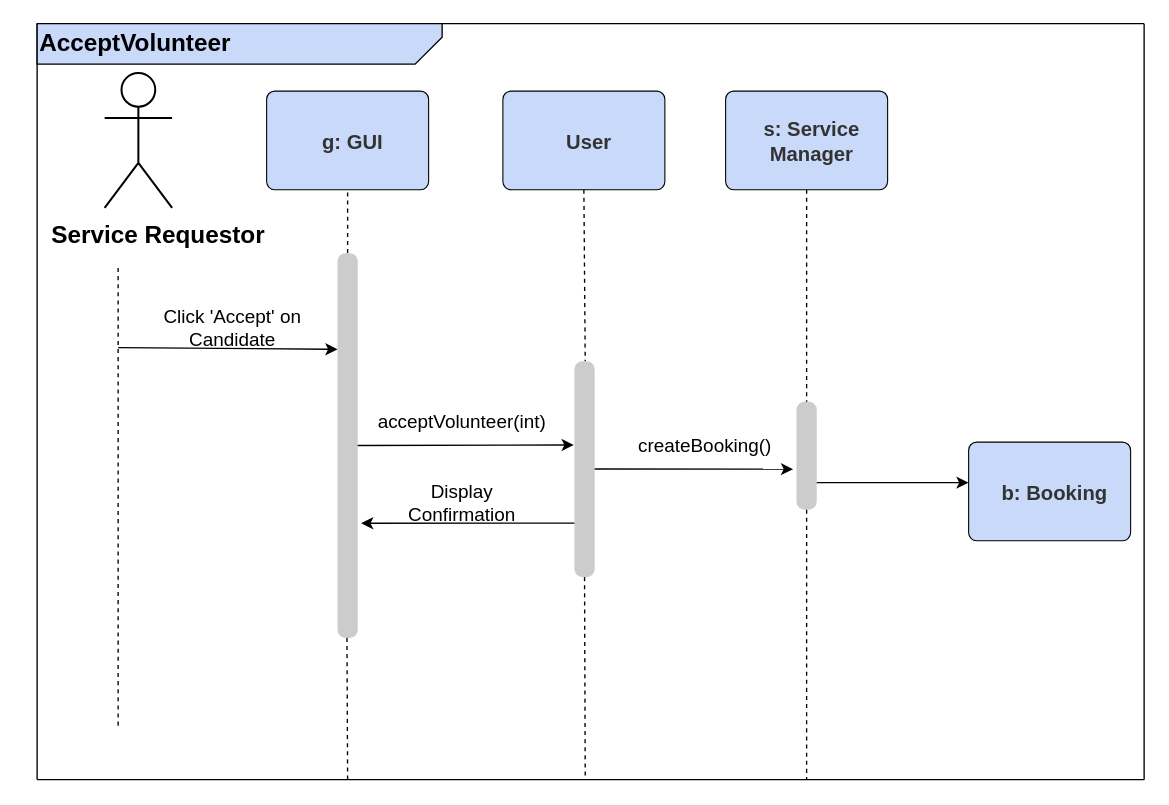
Before: seqdiagram2.drawio in willdonlan8/hello-world, a draw.io diagram. Source tidied: cells renumbered, new cells numbered last; positions are measured from the earlier drawing's top-left corner, leaving out a move shared by most shapes. Both pictures are drawn from the tidied source at 135%, with x=0, y=0 at pixel (23, 23).
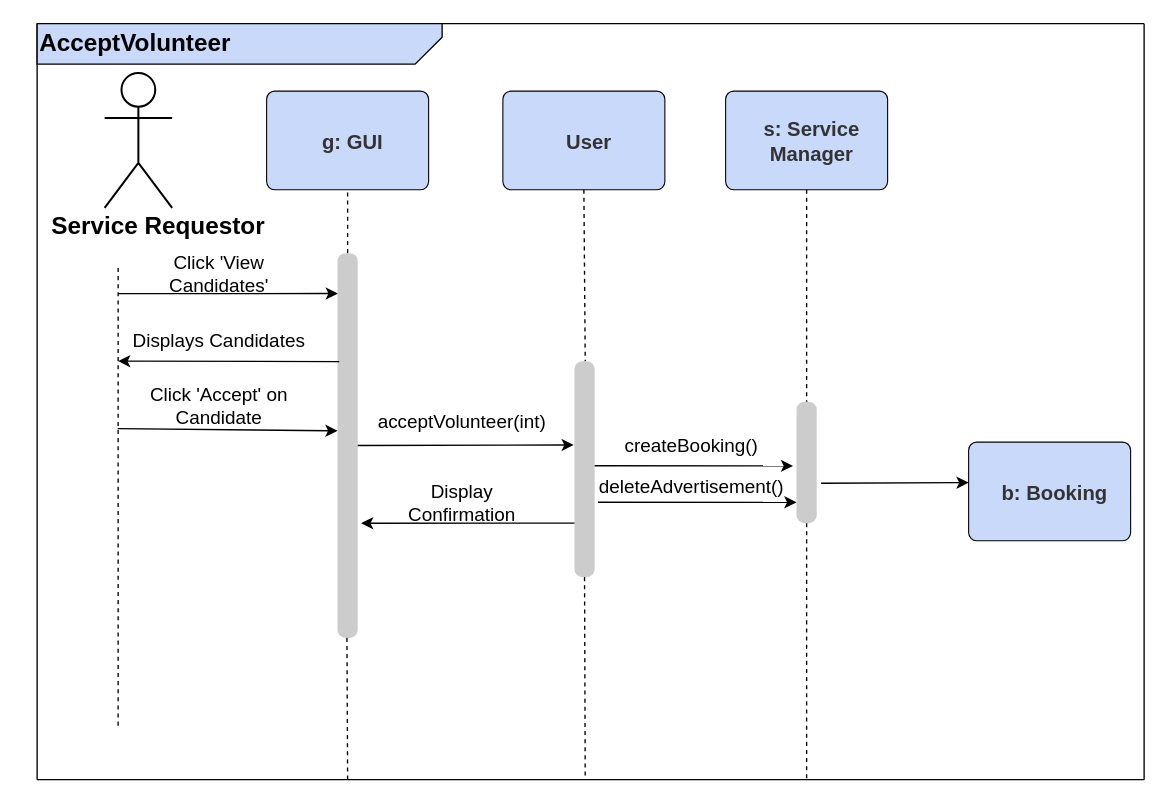
Above is the later version.

The change refers to these unchanged cells:
```xml
<mxCell id="12" style="html=1;overflow=block;blockSpacing=1;whiteSpace=wrap;whiteSpace=wrap;fontSize=13;spacingLeft=8.4;spacing=3.8;strokeOpacity=0;fillOpacity=100;rounded=1;absoluteArcSize=1;arcSize=12;fillColor=#cccccc;strokeWidth=0.8;" parent="1" vertex="1">
  <mxGeometry x="232.5" y="170" width="15" height="285" as="geometry" />
</mxCell>
```

Diff of the diagram source:
```diff
@@
     <mxCell id="8" value="&lt;font style=&quot;font-size: 18px&quot;&gt;&lt;b&gt;Service Requestor&lt;/b&gt;&lt;/font&gt;" style="text;html=1;strokeColor=none;fillColor=none;align=center;verticalAlign=middle;whiteSpace=wrap;rounded=0;shadow=0;" parent="1" vertex="1">
-      <mxGeometry y="136.5" width="200" height="40" as="geometry" />
+      <mxGeometry y="130" width="200" height="40" as="geometry" />
     </mxCell>
@@
-    <mxCell id="14" style="endArrow=classic;html=1;entryX=0;entryY=0.25;entryDx=0;entryDy=0;" parent="1" edge="1" target="12">
+    <mxCell id="14" style="endArrow=classic;html=1;entryX=0.017;entryY=0.105;entryDx=0;entryDy=0;entryPerimeter=0;" parent="1" edge="1" target="12">
       <mxGeometry relative="1" as="geometry">
-        <mxPoint x="70" y="240" as="sourcePoint" />
+        <mxPoint x="70" y="200" as="sourcePoint" />
       </mxGeometry>
     </mxCell>
     <mxCell id="15" value="&lt;font style=&quot;font-size: 14px&quot;&gt;Click 'Accept' on Candidate&lt;/font&gt;" style="text;html=1;strokeColor=none;fillColor=none;align=center;verticalAlign=middle;whiteSpace=wrap;rounded=0;" parent="1" vertex="1">
-      <mxGeometry x="90" y="210" width="130" height="30" as="geometry" />
+      <mxGeometry x="80" y="267.5" width="130" height="30" as="geometry" />
     </mxCell>
@@
     <mxCell id="20" style="html=1;overflow=block;blockSpacing=1;whiteSpace=wrap;whiteSpace=wrap;fontSize=13;spacingLeft=8.4;spacing=3.8;strokeOpacity=0;fillOpacity=100;rounded=1;absoluteArcSize=1;arcSize=12;fillColor=#cccccc;strokeWidth=0.8;" parent="1" vertex="1">
-      <mxGeometry x="572.5" y="280" width="15" height="80" as="geometry" />
+      <mxGeometry x="572.5" y="280" width="15" height="90" as="geometry" />
     </mxCell>
@@
     <mxCell id="22" style="endArrow=classic;html=1;exitX=1;exitY=0.5;exitDx=0;exitDy=0;" parent="1" edge="1">
       <mxGeometry relative="1" as="geometry">
-        <mxPoint x="423" y="329.9" as="sourcePoint" />
-        <mxPoint x="570" y="330" as="targetPoint" />
+        <mxPoint x="423" y="327.5" as="sourcePoint" />
+        <mxPoint x="570" y="327.6" as="targetPoint" />
       </mxGeometry>
     </mxCell>
-    <mxCell id="23" style="endArrow=classic;html=1;exitX=1;exitY=0.75;exitDx=0;exitDy=0;" parent="1" edge="1" source="20">
+    <mxCell id="23" style="endArrow=classic;html=1;exitX=1.217;exitY=0.672;exitDx=0;exitDy=0;exitPerimeter=0;" parent="1" edge="1" source="20">
       <mxGeometry relative="1" as="geometry">
         <mxPoint x="700" y="340" as="targetPoint" />
       </mxGeometry>
     </mxCell>
@@
     <mxCell id="25" value="&lt;font style=&quot;font-size: 14px&quot;&gt;createBooking()&lt;/font&gt;" style="text;html=1;strokeColor=none;fillColor=none;align=center;verticalAlign=middle;whiteSpace=wrap;rounded=0;" parent="1" vertex="1">
-      <mxGeometry x="440" y="297.5" width="130" height="30" as="geometry" />
+      <mxGeometry x="430" y="297.5" width="130" height="30" as="geometry" />
     </mxCell>
@@
-    <mxCell id="30" style="endArrow=none;dashed=1;html=1;exitX=0.5;exitY=1;exitDx=0;exitDy=0;" parent="1" edge="1" source="20">
+    <mxCell id="30" style="endArrow=none;dashed=1;html=1;" parent="1" edge="1">
       <mxGeometry relative="1" as="geometry">
+        <mxPoint x="580" y="370" as="sourcePoint" />
         <mxPoint x="580" y="560" as="targetPoint" />
       </mxGeometry>
     </mxCell>
@@
+    <mxCell id="32" style="endArrow=classic;html=1;exitX=1;exitY=0.5;exitDx=0;exitDy=0;" parent="1" edge="1">
+      <mxGeometry relative="1" as="geometry">
+        <mxPoint x="425.5" y="354.5" as="sourcePoint" />
+        <mxPoint x="572.5" y="354.6" as="targetPoint" />
+      </mxGeometry>
+    </mxCell>
+    <mxCell id="33" value="&lt;font style=&quot;font-size: 14px&quot;&gt;deleteAdvertisement()&lt;/font&gt;" style="text;html=1;strokeColor=none;fillColor=none;align=center;verticalAlign=middle;whiteSpace=wrap;rounded=0;" parent="1" vertex="1">
+      <mxGeometry x="430" y="327.5" width="130" height="30" as="geometry" />
+    </mxCell>
+    <mxCell id="34" style="endArrow=classic;html=1;exitX=0.083;exitY=0.282;exitDx=0;exitDy=0;exitPerimeter=0;" parent="1" edge="1" source="12">
+      <mxGeometry relative="1" as="geometry">
+        <mxPoint x="70" y="250" as="targetPoint" />
+      </mxGeometry>
+    </mxCell>
+    <mxCell id="35" style="endArrow=classic;html=1;entryX=0.017;entryY=0.146;entryDx=0;entryDy=0;entryPerimeter=0;" parent="1" edge="1">
+      <mxGeometry relative="1" as="geometry">
+        <mxPoint x="69.7" y="300" as="sourcePoint" />
+        <mxPoint x="232.5" y="301.6" as="targetPoint" />
+      </mxGeometry>
+    </mxCell>
+    <mxCell id="36" value="&lt;font style=&quot;font-size: 14px&quot;&gt;Click 'View Candidates'&lt;/font&gt;" style="text;html=1;strokeColor=none;fillColor=none;align=center;verticalAlign=middle;whiteSpace=wrap;rounded=0;" parent="1" vertex="1">
+      <mxGeometry x="80" y="170" width="130" height="30" as="geometry" />
+    </mxCell>
+    <mxCell id="37" value="&lt;font style=&quot;font-size: 14px&quot;&gt;Displays Candidates&lt;/font&gt;" style="text;html=1;strokeColor=none;fillColor=none;align=center;verticalAlign=middle;whiteSpace=wrap;rounded=0;" parent="1" vertex="1">
+      <mxGeometry x="80" y="220" width="130" height="30" as="geometry" />
+    </mxCell>
```
